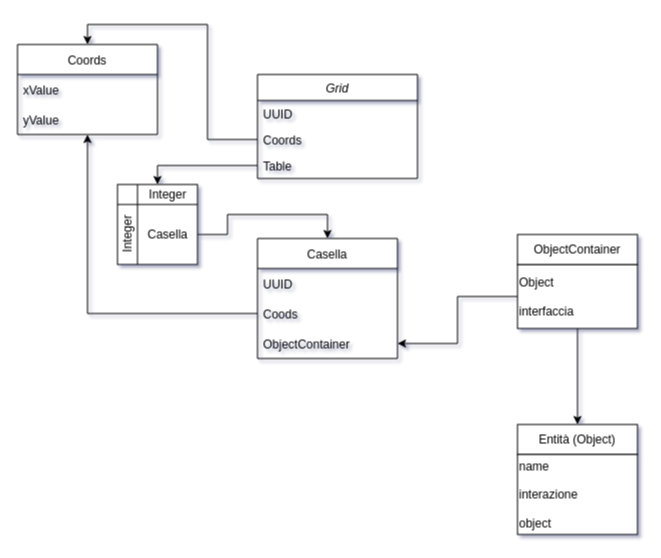
deMartiniFrancesco/TheAdventuresMaze keeps this draw.io diagram as doc/UML_diagram.drawio. Above is the earlier version. Source tidied: cells renumbered, new cells numbered last; positions are measured from the earlier drawing's top-left corner, leaving out a move shared by most shapes. Both pictures are drawn from the tidied source at 100%, with x=0, y=0 at pixel (17, 24).
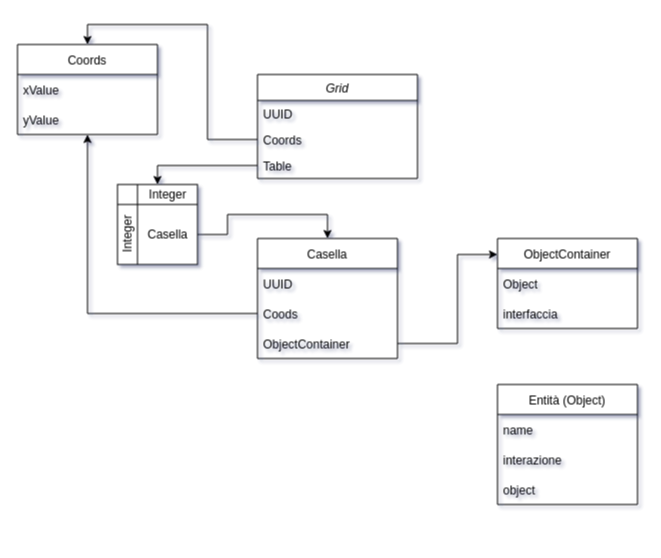
The same diagram, later.

The change refers to these unchanged cells:
```xml
<mxCell id="19" value="ObjectContainer" style="text;strokeColor=none;fillColor=none;align=left;verticalAlign=middle;spacingLeft=4;spacingRight=4;overflow=hidden;points=[[0,0.5],[1,0.5]];portConstraint=eastwest;" parent="16" vertex="1">
  <mxGeometry y="90" width="140" height="30" as="geometry" />
</mxCell>
```

Change to the diagram source:
```diff
@@
-    <mxCell id="22" style="edgeStyle=orthogonalEdgeStyle;rounded=0;jettySize=auto;html=1;entryX=1;entryY=0.5;entryDx=0;entryDy=0;" parent="1" edge="1" source="24" target="19">
-      <mxGeometry relative="1" as="geometry" />
-    </mxCell>
-    <mxCell id="23" style="edgeStyle=orthogonalEdgeStyle;rounded=0;jettySize=auto;html=1;entryX=0.5;entryY=0;entryDx=0;entryDy=0;" parent="1" edge="1" source="24" target="26">
-      <mxGeometry relative="1" as="geometry" />
-    </mxCell>
-    <mxCell id="24" value="Object&amp;nbsp;&lt;br&gt;&lt;br&gt;interfaccia" style="rounded=0;whiteSpace=wrap;html=1;align=left;" parent="1" vertex="1">
-      <mxGeometry x="500" y="240" width="120" height="64" as="geometry" />
-    </mxCell>
-    <mxCell id="25" value="ObjectContainer" style="rounded=0;whiteSpace=wrap;html=1;" parent="1" vertex="1">
-      <mxGeometry x="500" y="210" width="120" height="30" as="geometry" />
+    <mxCell id="25" value="ObjectContainer" style="swimlane;fontStyle=0;horizontal=1;startSize=30;" parent="1" vertex="1">
+      <mxGeometry x="480" y="214" width="140" height="90" as="geometry" />
     </mxCell>
+    <mxCell id="28" value="Object" style="text;strokeColor=none;fillColor=none;align=left;verticalAlign=middle;spacingLeft=4;spacingRight=4;overflow=hidden;" parent="25" vertex="1">
+      <mxGeometry y="30" width="140" height="30" as="geometry" />
+    </mxCell>
+    <mxCell id="29" value="interfaccia" style="text;strokeColor=none;fillColor=none;align=left;verticalAlign=middle;spacingLeft=4;spacingRight=4;overflow=hidden;" parent="25" vertex="1">
+      <mxGeometry y="60" width="140" height="30" as="geometry" />
+    </mxCell>
+    <mxCell id="30" style="edgeStyle=orthogonalEdgeStyle;rounded=0;jettySize=auto;html=1;" parent="1" edge="1" source="19" target="25">
+      <mxGeometry relative="1" as="geometry">
+        <Array as="points">
+          <mxPoint x="440" y="319" />
+          <mxPoint x="440" y="230" />
+        </Array>
+      </mxGeometry>
+    </mxCell>
-    <mxCell id="26" value="Entità (Object)" style="rounded=0;whiteSpace=wrap;html=1;" parent="1" vertex="1">
-      <mxGeometry x="500" y="400" width="120" height="30" as="geometry" />
+    <mxCell id="26" value="Entità (Object)" style="swimlane;fontStyle=0;horizontal=1;startSize=30;" parent="1" vertex="1">
+      <mxGeometry x="480" y="360" width="140" height="120" as="geometry" />
     </mxCell>
-    <mxCell id="27" value="name&lt;br&gt;&lt;br&gt;interazione&lt;br&gt;&lt;br&gt;object" style="rounded=0;whiteSpace=wrap;html=1;align=left;" parent="1" vertex="1">
-      <mxGeometry x="500" y="430" width="120" height="80" as="geometry" />
-    </mxCell>
+    <mxCell id="31" value="name" style="text;strokeColor=none;fillColor=none;align=left;verticalAlign=middle;spacingLeft=4;spacingRight=4;overflow=hidden;" parent="26" vertex="1">
+      <mxGeometry y="30" width="140" height="30" as="geometry" />
+    </mxCell>
+    <mxCell id="32" value="interazione" style="text;strokeColor=none;fillColor=none;align=left;verticalAlign=middle;spacingLeft=4;spacingRight=4;overflow=hidden;" parent="26" vertex="1">
+      <mxGeometry y="60" width="140" height="30" as="geometry" />
+    </mxCell>
+    <mxCell id="33" value="object" style="text;strokeColor=none;fillColor=none;align=left;verticalAlign=middle;spacingLeft=4;spacingRight=4;overflow=hidden;" parent="26" vertex="1">
+      <mxGeometry y="90" width="140" height="30" as="geometry" />
+    </mxCell>
```
